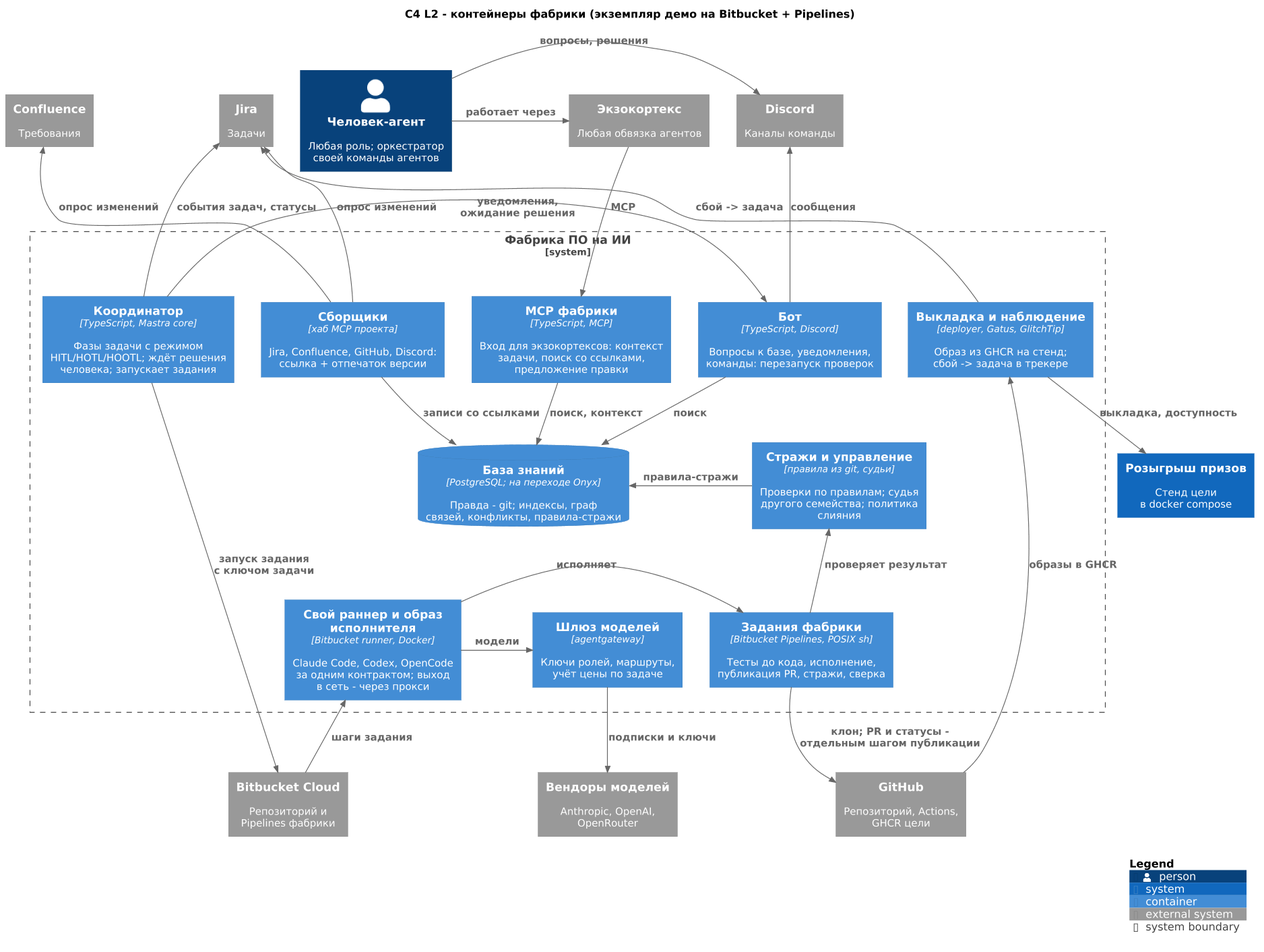
Earlier version of the PlantUML export docs/demo/diagrams/c4-l2-factory.png (ypolosov/ai-factory).
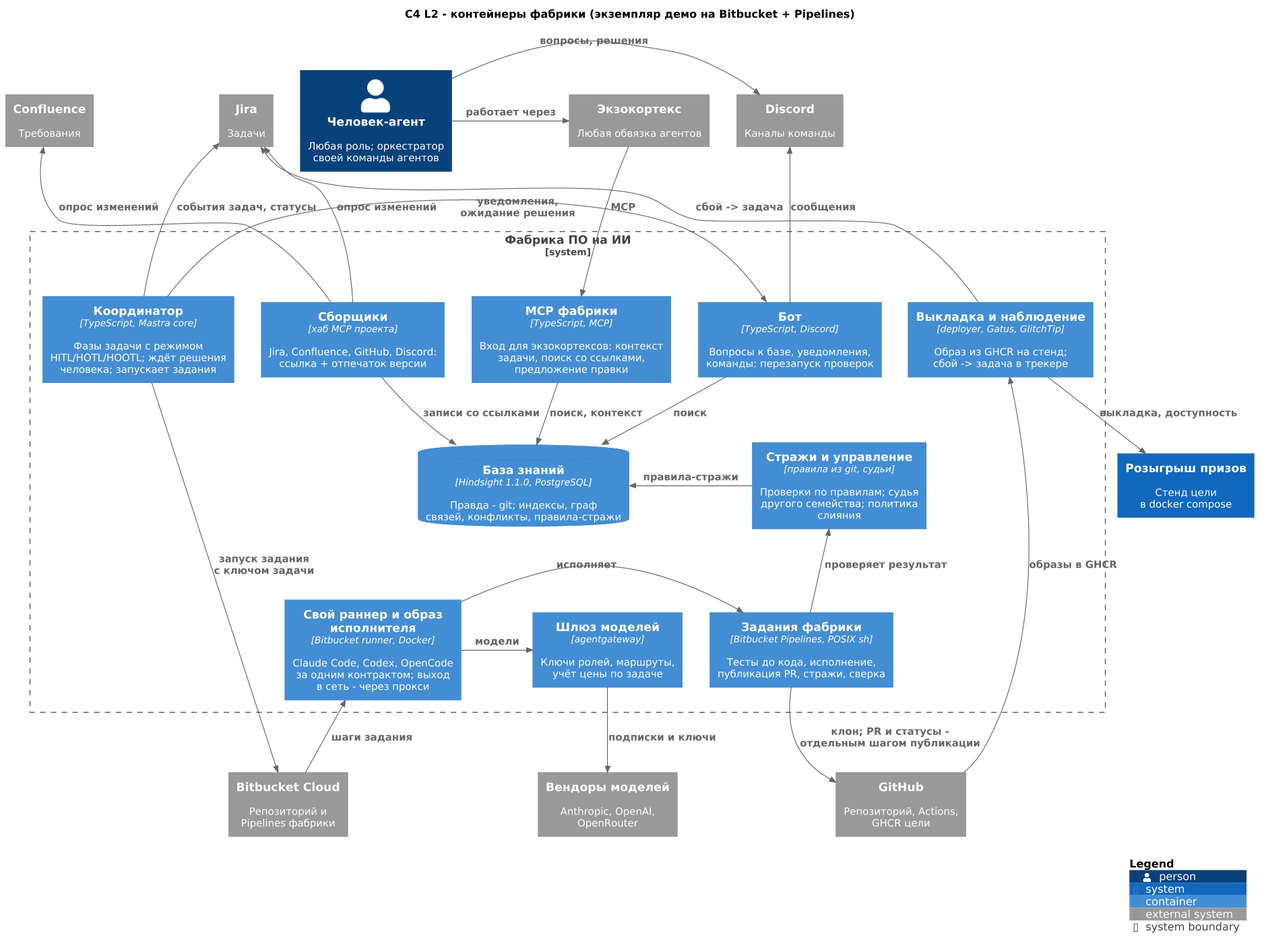
Above is the later version.

Change to the diagram source:
```diff
@@ -14,7 +14,7 @@
   Container(mcp, "MCP фабрики", "TypeScript, MCP", "Вход для экзокортексов: контекст\nзадачи, поиск со ссылками,\nпредложение правки")
   Container(bot, "Бот", "TypeScript, Discord", "Вопросы к базе, уведомления,\nкоманды: перезапуск проверок")
   Container(coord, "Координатор", "TypeScript, Mastra core", "Фазы задачи с режимом\nHITL/HOTL/HOOTL; ждёт решения\nчеловека; запускает задания")
-  ContainerDb(kb, "База знаний", "PostgreSQL; на переходе Onyx", "Правда - git; индексы, граф\nсвязей, конфликты, правила-стражи")
+  ContainerDb(kb, "База знаний", "Hindsight 1.1.0, PostgreSQL", "Правда - git; индексы, граф\nсвязей, конфликты, правила-стражи")
   Container(guards, "Стражи и управление", "правила из git, судьи", "Проверки по правилам; судья\nдругого семейства; политика слияния")
   Container(pipes, "Задания фабрики", "Bitbucket Pipelines, POSIX sh", "Тесты до кода, исполнение,\nпубликация PR, стражи, сверка")
   Container(collect, "Сборщики", "хаб MCP проекта", "Jira, Confluence, GitHub, Discord:\nссылка + отпечаток версии")
```
